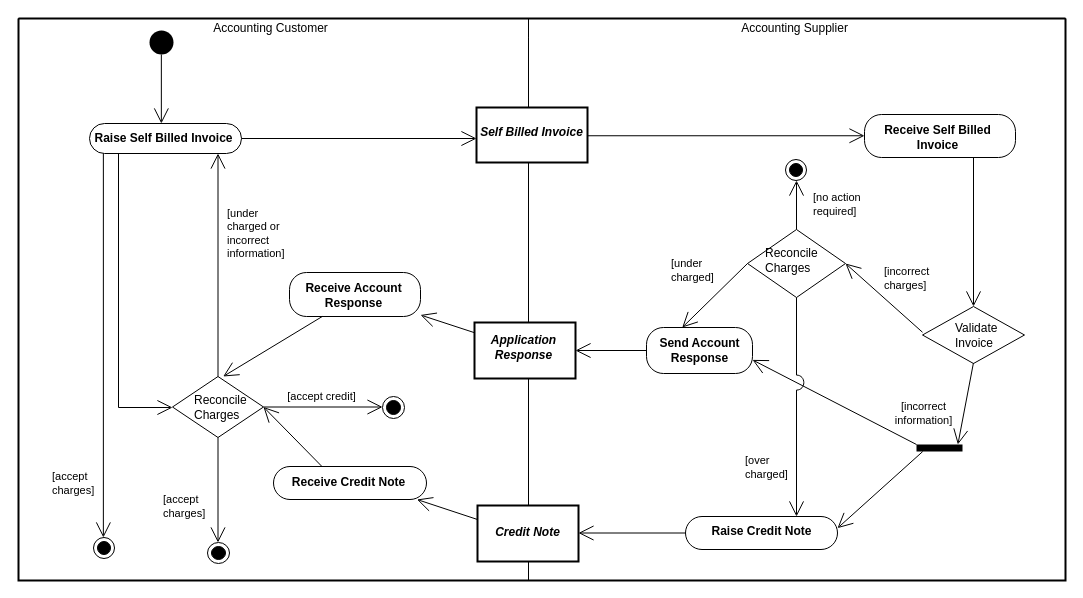
Above: diagrams/UBL-2.0-SelfBillingwithCreditNoteProcess/UBL-2.0-SelfBillingwithCreditNoteProcess.drawio in kduvekot/ubl-work-on-svg-images (draw.io), before the change. Source tidied: cells renumbered, new cells numbered last; positions are measured from the earlier drawing's top-left corner, leaving out a move shared by most shapes. Both pictures are drawn from the tidied source at 100%, with x=0, y=0 at pixel (18, 18).
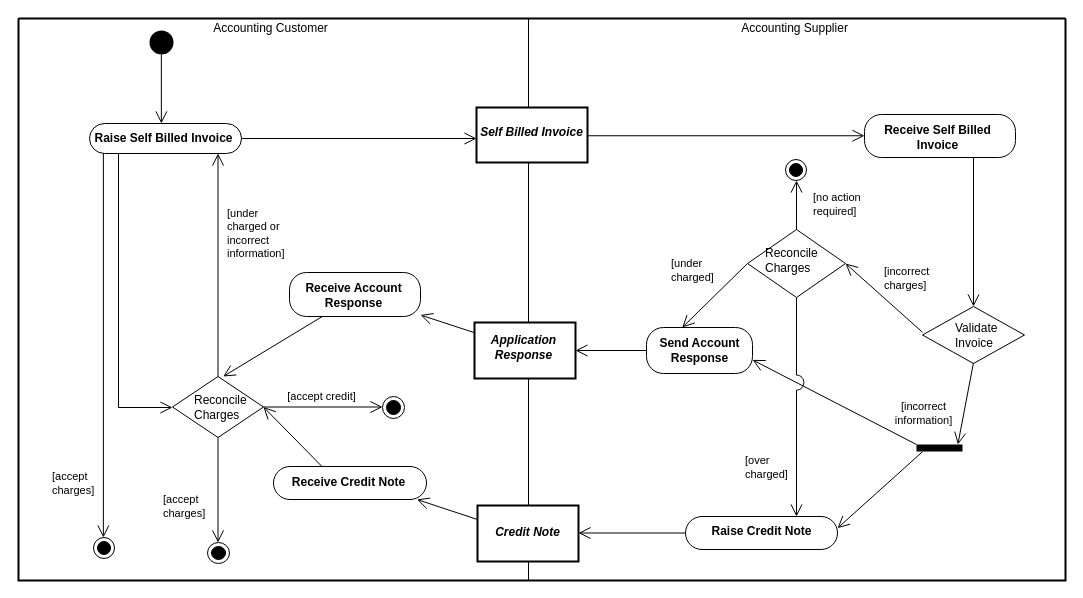
Above is the later version.

Unchanged cells that the change refers to:
```xml
<mxCell id="2" style="swimlane;html=1;startSize=0;whiteSpace=wrap;fillColor=none;strokeWidth=2;" parent="1" vertex="1">
  <mxGeometry width="1047" height="562" as="geometry" />
</mxCell>
<mxCell id="3" value="Accounting Customer" style="swimlane;horizontal=1;startSize=19;swimlaneLine=0;html=1;fillColor=none;fontStyle=0;spacing=0;spacingRight=6;" parent="2" vertex="1">
  <mxGeometry width="510" height="562" as="geometry" />
</mxCell>
<mxCell id="4" value="Accounting Supplier" style="swimlane;horizontal=1;startSize=19;swimlaneLine=0;html=1;fillColor=none;fontStyle=0;spacing=0;spacingRight=6;" parent="2" vertex="1">
  <mxGeometry x="510" width="537" height="562" as="geometry" />
</mxCell>
<mxCell id="5" style="ellipse;shape=startState;fillColor=#000000;strokeColor=none;html=1;" parent="3" vertex="1">
  <mxGeometry x="127" y="8" width="32" height="32" as="geometry" />
</mxCell>
<mxCell id="6" value="Self Billed Invoice" style="rounded=0;html=1;whiteSpace=nowrap;fontStyle=3;align=center;verticalAlign=middle;spacing=0;spacingRight=2;spacingBottom=6;strokeWidth=2;" parent="4" vertex="1">
  <mxGeometry x="-52" y="89" width="111" height="55" as="geometry" />
</mxCell>
<mxCell id="7" value="Receive Self Billed&lt;br&gt;Invoice" style="rounded=1;absoluteArcSize=1;arcSize=34;html=1;whiteSpace=nowrap;fontStyle=1;align=center;verticalAlign=middle;spacing=0;spacingRight=5;spacingTop=2;" parent="4" vertex="1">
  <mxGeometry x="336" y="96" width="151" height="43" as="geometry" />
</mxCell>
<mxCell id="8" value="Raise Self Billed Invoice" style="rounded=1;absoluteArcSize=1;arcSize=30;html=1;whiteSpace=nowrap;fontStyle=1;align=center;verticalAlign=middle;spacing=0;spacingRight=5;" parent="3" vertex="1">
  <mxGeometry x="71" y="105" width="152" height="30" as="geometry" />
</mxCell>
<mxCell id="9" style="ellipse;shape=endState;fillColor=#000000;html=1;" parent="4" vertex="1">
  <mxGeometry x="257" y="141" width="21" height="21" as="geometry" />
</mxCell>
<mxCell id="10" value="Reconcile&lt;br&gt;Charges" style="rhombus;html=1;whiteSpace=nowrap;fontStyle=0;align=left;verticalAlign=middle;spacing=0;spacingLeft=18;spacingBottom=6;" parent="4" vertex="1">
  <mxGeometry x="219" y="211" width="98" height="68" as="geometry" />
</mxCell>
<mxCell id="11" value="Receive Account&lt;br&gt;Response" style="rounded=1;absoluteArcSize=1;arcSize=34;html=1;whiteSpace=nowrap;fontStyle=1;align=center;verticalAlign=middle;spacing=0;spacingRight=4;spacingTop=2;" parent="3" vertex="1">
  <mxGeometry x="271" y="254" width="131" height="44" as="geometry" />
</mxCell>
<mxCell id="12" value="Validate&lt;br&gt;Invoice" style="rhombus;html=1;whiteSpace=nowrap;fontStyle=0;align=left;verticalAlign=middle;spacing=0;spacingLeft=33;" parent="4" vertex="1">
  <mxGeometry x="394" y="288" width="102" height="57" as="geometry" />
</mxCell>
<mxCell id="13" value="Application&lt;br&gt;Response" style="rounded=0;html=1;whiteSpace=nowrap;fontStyle=3;align=center;verticalAlign=middle;spacing=0;spacingRight=3;spacingBottom=6;strokeWidth=2;" parent="4" vertex="1">
  <mxGeometry x="-54" y="304" width="101" height="56" as="geometry" />
</mxCell>
<mxCell id="14" value="Send Account&lt;br&gt;Response" style="rounded=1;absoluteArcSize=1;arcSize=34;html=1;whiteSpace=nowrap;fontStyle=1;align=center;verticalAlign=middle;spacing=0;spacingRight=1;spacingBottom=1;" parent="4" vertex="1">
  <mxGeometry x="118" y="309" width="106" height="46" as="geometry" />
</mxCell>
<mxCell id="15" value="Reconcile&lt;br&gt;Charges" style="rhombus;html=1;whiteSpace=nowrap;fontStyle=0;align=left;verticalAlign=middle;spacing=0;spacingLeft=22;" parent="3" vertex="1">
  <mxGeometry x="154" y="358" width="91" height="61" as="geometry" />
</mxCell>
<mxCell id="16" style="ellipse;shape=endState;fillColor=#000000;html=1;" parent="3" vertex="1">
  <mxGeometry x="364" y="378" width="22" height="22" as="geometry" />
</mxCell>
<mxCell id="17" style="html=1;points=[[0,0],[0.1357,1],[0.8993,0]];perimeter=orthogonalPerimeter;fillColor=#000000;strokeColor=none;" parent="4" vertex="1">
  <mxGeometry x="388" y="426" width="46" height="7" as="geometry" />
</mxCell>
<mxCell id="18" value="Receive Credit Note" style="rounded=1;absoluteArcSize=1;arcSize=34;html=1;whiteSpace=nowrap;fontStyle=1;align=center;verticalAlign=middle;spacing=0;spacingRight=4;spacingBottom=2;" parent="3" vertex="1">
  <mxGeometry x="255" y="448" width="153" height="33" as="geometry" />
</mxCell>
<mxCell id="19" value="Credit Note" style="rounded=0;html=1;whiteSpace=nowrap;fontStyle=3;align=center;verticalAlign=middle;spacing=0;spacingRight=1;spacingBottom=3;strokeWidth=2;" parent="4" vertex="1">
  <mxGeometry x="-51" y="487" width="101" height="56" as="geometry" />
</mxCell>
<mxCell id="20" value="Raise Credit Note" style="rounded=1;absoluteArcSize=1;arcSize=34;html=1;whiteSpace=nowrap;fontStyle=1;align=center;verticalAlign=middle;spacing=0;spacingRight=1;spacingBottom=3;" parent="4" vertex="1">
  <mxGeometry x="157" y="498" width="152" height="33" as="geometry" />
</mxCell>
<mxCell id="21" style="ellipse;shape=endState;fillColor=#000000;html=1;" parent="3" vertex="1">
  <mxGeometry x="75" y="519" width="21" height="21" as="geometry" />
</mxCell>
<mxCell id="22" style="ellipse;shape=endState;fillColor=#000000;html=1;" parent="3" vertex="1">
  <mxGeometry x="189" y="524" width="22" height="21" as="geometry" />
</mxCell>
```

Change to the diagram source:
```diff
@@
-    <mxCell id="23" style="edgeStyle=none;rounded=0;html=1;endArrow=open;endFill=0;endSize=13;exitPerimeter=0;entryX=0.4727;entryY=0;entryPerimeter=0;exitX=0.495325;exitY=0.8746;" parent="3" edge="1" source="5" target="8">
+    <mxCell id="23" style="edgeStyle=none;rounded=0;html=1;endArrow=open;endFill=0;endSize=10;exitPerimeter=0;entryX=0.4727;entryY=0;entryPerimeter=0;exitX=0.495325;exitY=0.8746;" parent="3" edge="1" source="5" target="8">
       <mxGeometry relative="1" as="geometry" />
     </mxCell>
-    <mxCell id="24" style="edgeStyle=none;rounded=0;html=1;endArrow=open;endFill=0;endSize=13;exitPerimeter=0;entryX=0;entryY=0.4942;entryPerimeter=0;exitX=1;exitY=0.513647;" parent="4" edge="1" source="6" target="7">
+    <mxCell id="24" style="edgeStyle=none;rounded=0;html=1;endArrow=open;endFill=0;endSize=10;exitPerimeter=0;entryX=0;entryY=0.4942;entryPerimeter=0;exitX=1;exitY=0.513647;" parent="4" edge="1" source="6" target="7">
       <mxGeometry relative="1" as="geometry" />
     </mxCell>
-    <mxCell id="25" style="edgeStyle=none;rounded=0;html=1;endArrow=open;endFill=0;endSize=13;exitX=1;exitY=0.5;exitPerimeter=0;entryPerimeter=0;entryX=0;entryY=0.563636;" parent="2" edge="1" source="8" target="6">
+    <mxCell id="25" style="edgeStyle=none;rounded=0;html=1;endArrow=open;endFill=0;endSize=10;exitX=1;exitY=0.5;exitPerimeter=0;entryPerimeter=0;entryX=0;entryY=0.563636;" parent="2" edge="1" source="8" target="6">
       <mxGeometry relative="1" as="geometry" />
     </mxCell>
-    <mxCell id="26" value="[accept&lt;br&gt;charges]" style="edgeStyle=none;rounded=0;html=1;endArrow=open;endFill=0;endSize=13;exitPerimeter=0;entryX=0.4698;entryY=0;entryPerimeter=0;fontStyle=0;align=left;verticalAlign=middle;labelBackgroundColor=none;exitX=0.091222;exitY=1;" parent="3" edge="1" source="8" target="21">
+    <mxCell id="26" value="[accept&lt;br&gt;charges]" style="edgeStyle=none;rounded=0;html=1;endArrow=open;endFill=0;endSize=10;exitPerimeter=0;entryX=0.4698;entryY=0;entryPerimeter=0;fontStyle=0;align=left;verticalAlign=middle;labelBackgroundColor=none;exitX=0.091222;exitY=1;" parent="3" edge="1" source="8" target="21">
       <mxGeometry x="0.72" relative="1" as="geometry">
         <mxPoint x="-53" as="offset" />
       </mxGeometry>
     </mxCell>
-    <mxCell id="27" style="edgeStyle=orthogonalEdgeStyle;rounded=0;html=1;endArrow=open;endFill=0;endSize=13;exitPerimeter=0;entryPerimeter=0;exitX=0.190789;exitY=1;entryX=0;entryY=0.508197;" parent="3" edge="1" source="8" target="15">
+    <mxCell id="27" style="edgeStyle=orthogonalEdgeStyle;rounded=0;html=1;endArrow=open;endFill=0;endSize=10;exitPerimeter=0;entryPerimeter=0;exitX=0.190789;exitY=1;entryX=0;entryY=0.508197;" parent="3" edge="1" source="8" target="15">
       <mxGeometry relative="1" as="geometry">
         <Array as="points">
           <mxPoint x="100" y="389" />
         </Array>
       </mxGeometry>
     </mxCell>
-    <mxCell id="28" value="[under&lt;br&gt;charged or&lt;br&gt;incorrect&lt;br&gt;information]" style="edgeStyle=none;rounded=0;html=1;endArrow=open;endFill=0;endSize=13;exitX=0.5;exitY=0;exitPerimeter=0;entryPerimeter=0;fontStyle=0;align=left;verticalAlign=middle;labelBackgroundColor=none;entryX=0.845395;entryY=1;" parent="3" edge="1" source="15" target="8">
+    <mxCell id="28" value="[under&lt;br&gt;charged or&lt;br&gt;incorrect&lt;br&gt;information]" style="edgeStyle=none;rounded=0;html=1;endArrow=open;endFill=0;endSize=10;exitX=0.5;exitY=0;exitPerimeter=0;entryPerimeter=0;fontStyle=0;align=left;verticalAlign=middle;labelBackgroundColor=none;entryX=0.845395;entryY=1;" parent="3" edge="1" source="15" target="8">
       <mxGeometry x="0.28" relative="1" as="geometry">
         <mxPoint x="7" as="offset" />
       </mxGeometry>
     </mxCell>
-    <mxCell id="29" style="edgeStyle=none;rounded=0;html=1;endArrow=open;endFill=0;endSize=13;exitPerimeter=0;entryX=0.5;entryY=0;entryPerimeter=0;exitX=0.721854;exitY=1;" parent="4" edge="1" source="7" target="12">
+    <mxCell id="29" style="edgeStyle=none;rounded=0;html=1;endArrow=open;endFill=0;endSize=10;exitPerimeter=0;entryX=0.5;entryY=0;entryPerimeter=0;exitX=0.721854;exitY=1;" parent="4" edge="1" source="7" target="12">
       <mxGeometry relative="1" as="geometry" />
     </mxCell>
-    <mxCell id="30" value="[no action&lt;br&gt;required]" style="edgeStyle=none;rounded=0;html=1;endArrow=open;endFill=0;endSize=13;exitX=0.5;exitY=0;exitPerimeter=0;entryPerimeter=0;fontStyle=0;align=left;verticalAlign=middle;labelBackgroundColor=none;entryX=0.52381;entryY=1;" parent="4" edge="1" source="10" target="9">
+    <mxCell id="30" value="[no action&lt;br&gt;required]" style="edgeStyle=none;rounded=0;html=1;endArrow=open;endFill=0;endSize=10;exitX=0.5;exitY=0;exitPerimeter=0;entryPerimeter=0;fontStyle=0;align=left;verticalAlign=middle;labelBackgroundColor=none;entryX=0.52381;entryY=1;" parent="4" edge="1" source="10" target="9">
       <mxGeometry x="0.01" relative="1" as="geometry">
         <mxPoint x="15" as="offset" />
       </mxGeometry>
     </mxCell>
-    <mxCell id="31" value="[incorrect&lt;br&gt;charges]" style="edgeStyle=none;rounded=0;html=1;endArrow=open;endFill=0;endSize=13;exitX=0;exitY=0.4518;exitPerimeter=0;entryX=1;entryY=0.5;entryPerimeter=0;fontStyle=0;align=left;verticalAlign=middle;labelBackgroundColor=none;" parent="4" edge="1" source="12" target="10">
+    <mxCell id="31" value="[incorrect&lt;br&gt;charges]" style="edgeStyle=none;rounded=0;html=1;endArrow=open;endFill=0;endSize=10;exitX=0;exitY=0.4518;exitPerimeter=0;entryX=1;entryY=0.5;entryPerimeter=0;fontStyle=0;align=left;verticalAlign=middle;labelBackgroundColor=none;" parent="4" edge="1" source="12" target="10">
       <mxGeometry x="0.27" relative="1" as="geometry">
         <mxPoint x="9" y="-10" as="offset" />
       </mxGeometry>
     </mxCell>
-    <mxCell id="32" value="[under&lt;br&gt;charged]" style="edgeStyle=none;rounded=0;html=1;endArrow=open;endFill=0;endSize=13;exitX=0;exitY=0.5;exitPerimeter=0;entryX=0.3371;entryY=0;entryPerimeter=0;fontStyle=0;align=left;verticalAlign=middle;labelBackgroundColor=none;" parent="4" edge="1" source="10" target="14">
+    <mxCell id="32" value="[under&lt;br&gt;charged]" style="edgeStyle=none;rounded=0;html=1;endArrow=open;endFill=0;endSize=10;exitX=0;exitY=0.5;exitPerimeter=0;entryX=0.3371;entryY=0;entryPerimeter=0;fontStyle=0;align=left;verticalAlign=middle;labelBackgroundColor=none;" parent="4" edge="1" source="10" target="14">
       <mxGeometry x="0.35" relative="1" as="geometry">
         <mxPoint x="-34" y="-36" as="offset" />
       </mxGeometry>
     </mxCell>
-    <mxCell id="33" style="edgeStyle=none;rounded=0;html=1;endArrow=open;endFill=0;endSize=13;exitX=0;exitY=0;exitPerimeter=0;entryX=1;entryY=0.7041;entryPerimeter=0;" parent="4" edge="1" source="17" target="14">
+    <mxCell id="33" style="edgeStyle=none;rounded=0;html=1;endArrow=open;endFill=0;endSize=10;exitX=0;exitY=0;exitPerimeter=0;entryX=1;entryY=0.7041;entryPerimeter=0;" parent="4" edge="1" source="17" target="14">
       <mxGeometry relative="1" as="geometry" />
     </mxCell>
-    <mxCell id="34" style="edgeStyle=none;rounded=0;html=1;endArrow=open;endFill=0;endSize=13;exitX=0;exitY=0.182;exitPerimeter=0;entryX=1;entryY=0.9658;entryPerimeter=0;" parent="2" edge="1" source="13" target="11">
+    <mxCell id="34" style="edgeStyle=none;rounded=0;html=1;endArrow=open;endFill=0;endSize=10;exitX=0;exitY=0.182;exitPerimeter=0;entryX=1;entryY=0.9658;entryPerimeter=0;" parent="2" edge="1" source="13" target="11">
       <mxGeometry relative="1" as="geometry" />
     </mxCell>
-    <mxCell id="35" style="edgeStyle=none;rounded=0;html=1;endArrow=open;endFill=0;endSize=13;exitX=0.25;exitY=1;exitPerimeter=0;entryX=0.5569;entryY=0;entryPerimeter=0;" parent="3" edge="1" source="11" target="15">
+    <mxCell id="35" style="edgeStyle=none;rounded=0;html=1;endArrow=open;endFill=0;endSize=10;exitX=0.25;exitY=1;exitPerimeter=0;entryX=0.5569;entryY=0;entryPerimeter=0;" parent="3" edge="1" source="11" target="15">
       <mxGeometry relative="1" as="geometry" />
     </mxCell>
-    <mxCell id="36" style="edgeStyle=none;rounded=0;html=1;endArrow=open;endFill=0;endSize=13;exitX=0;exitY=0.5;exitPerimeter=0;entryX=1;entryY=0.5;entryPerimeter=0;" parent="4" edge="1" source="14" target="13">
+    <mxCell id="36" style="edgeStyle=none;rounded=0;html=1;endArrow=open;endFill=0;endSize=10;exitX=0;exitY=0.5;exitPerimeter=0;entryX=1;entryY=0.5;entryPerimeter=0;" parent="4" edge="1" source="14" target="13">
       <mxGeometry relative="1" as="geometry" />
     </mxCell>
-    <mxCell id="37" value="[incorrect&lt;br&gt;information]" style="edgeStyle=none;rounded=0;html=1;endArrow=open;endFill=0;endSize=13;exitX=0.4995;exitY=0.9895;exitPerimeter=0;entryX=0.8993;entryY=0;entryPerimeter=0;fontStyle=0;align=center;verticalAlign=middle;labelBackgroundColor=none;" parent="4" edge="1" source="12" target="17">
+    <mxCell id="37" value="[incorrect&lt;br&gt;information]" style="edgeStyle=none;rounded=0;html=1;endArrow=open;endFill=0;endSize=10;exitX=0.4995;exitY=0.9895;exitPerimeter=0;entryX=0.8993;entryY=0;entryPerimeter=0;fontStyle=0;align=center;verticalAlign=middle;labelBackgroundColor=none;" parent="4" edge="1" source="12" target="17">
       <mxGeometry x="0.43" relative="1" as="geometry">
         <mxPoint x="-39" y="-7" as="offset" />
       </mxGeometry>
     </mxCell>
-    <mxCell id="38" value="[accept credit]" style="edgeStyle=none;rounded=0;html=1;endArrow=open;endFill=0;endSize=13;exitX=1;exitY=0.5;exitPerimeter=0;entryPerimeter=0;fontStyle=0;align=center;verticalAlign=middle;labelBackgroundColor=none;entryX=0;entryY=0.477273;" parent="3" edge="1" source="15" target="16">
+    <mxCell id="38" value="[accept credit]" style="edgeStyle=none;rounded=0;html=1;endArrow=open;endFill=0;endSize=10;exitX=1;exitY=0.5;exitPerimeter=0;entryPerimeter=0;fontStyle=0;align=center;verticalAlign=middle;labelBackgroundColor=none;entryX=0;entryY=0.477273;" parent="3" edge="1" source="15" target="16">
       <mxGeometry x="-0.03" relative="1" as="geometry">
         <mxPoint y="-11" as="offset" />
       </mxGeometry>
     </mxCell>
-    <mxCell id="39" style="edgeStyle=none;rounded=0;html=1;endArrow=open;endFill=0;endSize=13;exitX=0.3167;exitY=0;exitPerimeter=0;entryX=1;entryY=0.5;entryPerimeter=0;" parent="3" edge="1" source="18" target="15">
+    <mxCell id="39" style="edgeStyle=none;rounded=0;html=1;endArrow=open;endFill=0;endSize=10;exitX=0.3167;exitY=0;exitPerimeter=0;entryX=1;entryY=0.5;entryPerimeter=0;" parent="3" edge="1" source="18" target="15">
       <mxGeometry relative="1" as="geometry" />
     </mxCell>
-    <mxCell id="40" value="[accept&lt;br&gt;charges]" style="edgeStyle=none;rounded=0;html=1;endArrow=open;endFill=0;endSize=13;exitX=0.5;exitY=1;exitPerimeter=0;entryPerimeter=0;fontStyle=0;align=left;verticalAlign=middle;labelBackgroundColor=none;entryX=0.477273;entryY=0;" parent="3" edge="1" source="15" target="22">
+    <mxCell id="40" value="[accept&lt;br&gt;charges]" style="edgeStyle=none;rounded=0;html=1;endArrow=open;endFill=0;endSize=10;exitX=0.5;exitY=1;exitPerimeter=0;entryPerimeter=0;fontStyle=0;align=left;verticalAlign=middle;labelBackgroundColor=none;entryX=0.477273;entryY=0;" parent="3" edge="1" source="15" target="22">
       <mxGeometry x="0.32" relative="1" as="geometry">
         <mxPoint x="-57" as="offset" />
       </mxGeometry>
     </mxCell>
-    <mxCell id="41" style="edgeStyle=none;rounded=0;html=1;endArrow=open;endFill=0;endSize=13;exitX=0.1357;exitY=1;exitPerimeter=0;entryX=1;entryY=0.3537;entryPerimeter=0;" parent="4" edge="1" source="17" target="20">
+    <mxCell id="41" style="edgeStyle=none;rounded=0;html=1;endArrow=open;endFill=0;endSize=10;exitX=0.1357;exitY=1;exitPerimeter=0;entryX=1;entryY=0.3537;entryPerimeter=0;" parent="4" edge="1" source="17" target="20">
       <mxGeometry relative="1" as="geometry" />
     </mxCell>
-    <mxCell id="42" style="edgeStyle=none;rounded=0;html=1;endArrow=open;endFill=0;endSize=13;exitX=0;exitY=0.25;exitPerimeter=0;entryX=0.9376;entryY=1;entryPerimeter=0;" parent="2" edge="1" source="19" target="18">
+    <mxCell id="42" style="edgeStyle=none;rounded=0;html=1;endArrow=open;endFill=0;endSize=10;exitX=0;exitY=0.25;exitPerimeter=0;entryX=0.9376;entryY=1;entryPerimeter=0;" parent="2" edge="1" source="19" target="18">
       <mxGeometry relative="1" as="geometry" />
     </mxCell>
-    <mxCell id="43" style="edgeStyle=none;rounded=0;html=1;endArrow=open;endFill=0;endSize=13;exitX=0;exitY=0.5;exitPerimeter=0;entryPerimeter=0;entryX=1;entryY=0.491071;" parent="4" edge="1" source="20" target="19">
+    <mxCell id="43" style="edgeStyle=none;rounded=0;html=1;endArrow=open;endFill=0;endSize=10;exitX=0;exitY=0.5;exitPerimeter=0;entryPerimeter=0;entryX=1;entryY=0.491071;" parent="4" edge="1" source="20" target="19">
       <mxGeometry relative="1" as="geometry" />
     </mxCell>
-    <mxCell id="44" value="[over&lt;br&gt;charged]" style="edgeStyle=none;rounded=0;html=1;endArrow=open;endFill=0;endSize=13;exitX=0.5;exitY=1;exitPerimeter=0;entryPerimeter=0;jumpStyle=arc;jumpSize=15;fontStyle=0;align=left;verticalAlign=middle;labelBackgroundColor=none;entryX=0.730263;entryY=0;" parent="4" edge="1" source="10" target="20">
+    <mxCell id="44" value="[over&lt;br&gt;charged]" style="edgeStyle=none;rounded=0;html=1;endArrow=open;endFill=0;endSize=10;exitX=0.5;exitY=1;exitPerimeter=0;entryPerimeter=0;jumpStyle=arc;jumpSize=15;fontStyle=0;align=left;verticalAlign=middle;labelBackgroundColor=none;entryX=0.730263;entryY=0;" parent="4" edge="1" source="10" target="20">
       <mxGeometry x="0.55" relative="1" as="geometry">
         <mxPoint x="-53" as="offset" />
       </mxGeometry>
     </mxCell>
```
